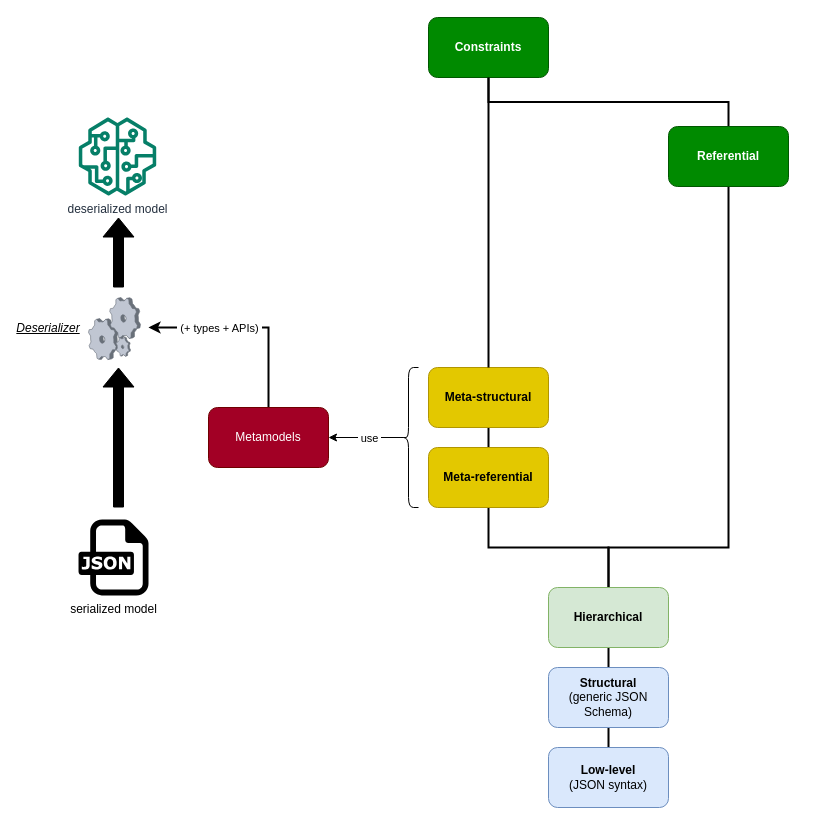
Above: resources/correctness-diagrams/levels.drawio in LIonWeb-org/organization (draw.io), before the change. Source tidied: cells renumbered, new cells numbered last; positions are measured from the earlier drawing's top-left corner, leaving out a move shared by most shapes. Both pictures are drawn from the tidied source at 100%, with x=0, y=0 at pixel (18, 17).
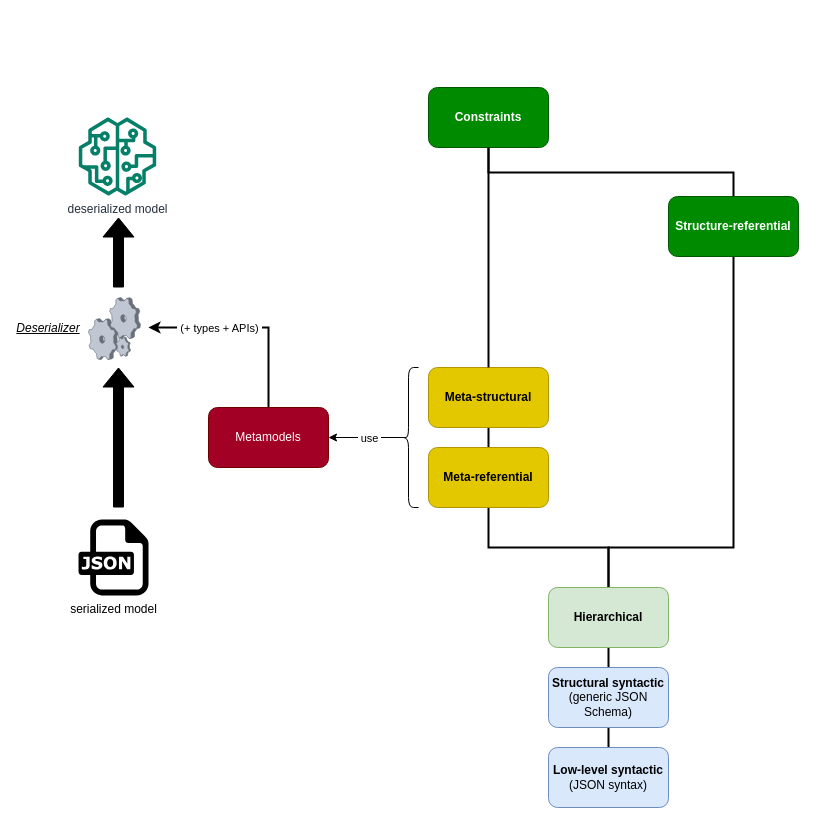
Above is the later version.

Unchanged cells that the change refers to:
```xml
<mxCell id="8" value="&lt;b&gt;Hierarchical&lt;/b&gt;" style="rounded=1;whiteSpace=wrap;html=1;fillColor=#d5e8d4;strokeColor=#82b366;" parent="1" vertex="1">
  <mxGeometry x="530" y="570" width="120" height="60" as="geometry" />
</mxCell>
```

Change to the diagram source:
```diff
@@
-    <mxCell id="3" value="&lt;b&gt;Low-level&lt;/b&gt;&lt;br&gt;(JSON syntax)" style="rounded=1;whiteSpace=wrap;html=1;fillColor=#dae8fc;strokeColor=#6c8ebf;" parent="1" vertex="1">
+    <mxCell id="3" value="&lt;b&gt;Low-level syntactic&lt;/b&gt;&lt;br&gt;(JSON syntax)" style="rounded=1;whiteSpace=wrap;html=1;fillColor=#dae8fc;strokeColor=#6c8ebf;" parent="1" vertex="1">
       <mxGeometry x="530" y="730" width="120" height="60" as="geometry" />
     </mxCell>
@@
-    <mxCell id="5" value="&lt;b&gt;Structural&lt;/b&gt;&lt;br&gt;(generic JSON Schema)" style="rounded=1;whiteSpace=wrap;html=1;fillColor=#dae8fc;strokeColor=#6c8ebf;" parent="1" vertex="1">
+    <mxCell id="5" value="&lt;b&gt;Structural syntactic&lt;/b&gt;&lt;br&gt;(generic JSON Schema)" style="rounded=1;whiteSpace=wrap;html=1;fillColor=#dae8fc;strokeColor=#6c8ebf;" parent="1" vertex="1">
       <mxGeometry x="530" y="650" width="120" height="60" as="geometry" />
     </mxCell>
@@
     <mxCell id="7" style="edgeStyle=orthogonalEdgeStyle;rounded=0;jettySize=auto;html=1;exitX=0.5;exitY=0;exitDx=0;exitDy=0;entryX=0.5;entryY=1;entryDx=0;entryDy=0;strokeWidth=2;endArrow=none;endFill=0;" parent="1" edge="1" source="8" target="25">
       <mxGeometry relative="1" as="geometry">
         <Array as="points">
           <mxPoint x="590" y="530" />
-          <mxPoint x="710" y="530" />
+          <mxPoint x="715" y="530" />
         </Array>
       </mxGeometry>
     </mxCell>
@@
     <mxCell id="24" style="edgeStyle=orthogonalEdgeStyle;rounded=0;jettySize=auto;html=1;exitX=0.5;exitY=0;exitDx=0;exitDy=0;entryX=0.5;entryY=1;entryDx=0;entryDy=0;strokeWidth=2;endArrow=none;endFill=0;" parent="1" edge="1" source="25" target="26">
-      <mxGeometry relative="1" as="geometry" />
+      <mxGeometry relative="1" as="geometry">
+        <Array as="points">
+          <mxPoint x="715" y="155" />
+          <mxPoint x="470" y="155" />
+        </Array>
+      </mxGeometry>
     </mxCell>
-    <mxCell id="25" value="&lt;b&gt;Referential&lt;/b&gt;" style="rounded=1;whiteSpace=wrap;html=1;fillColor=#008a00;strokeColor=#005700;fontColor=#ffffff;" parent="1" vertex="1">
-      <mxGeometry x="650" y="109" width="120" height="60" as="geometry" />
+    <mxCell id="25" value="&lt;b&gt;Structure-referential&lt;/b&gt;" style="rounded=1;whiteSpace=wrap;html=1;fillColor=#008a00;strokeColor=#005700;fontColor=#ffffff;" parent="1" vertex="1">
+      <mxGeometry x="650" y="179" width="130" height="60" as="geometry" />
     </mxCell>
     <mxCell id="26" value="&lt;b&gt;Constraints&lt;/b&gt;" style="rounded=1;whiteSpace=wrap;html=1;fillColor=#008a00;strokeColor=#005700;fontColor=#ffffff;" parent="1" vertex="1">
-      <mxGeometry x="410" width="120" height="60" as="geometry" />
+      <mxGeometry x="410" y="70" width="120" height="60" as="geometry" />
     </mxCell>
```
